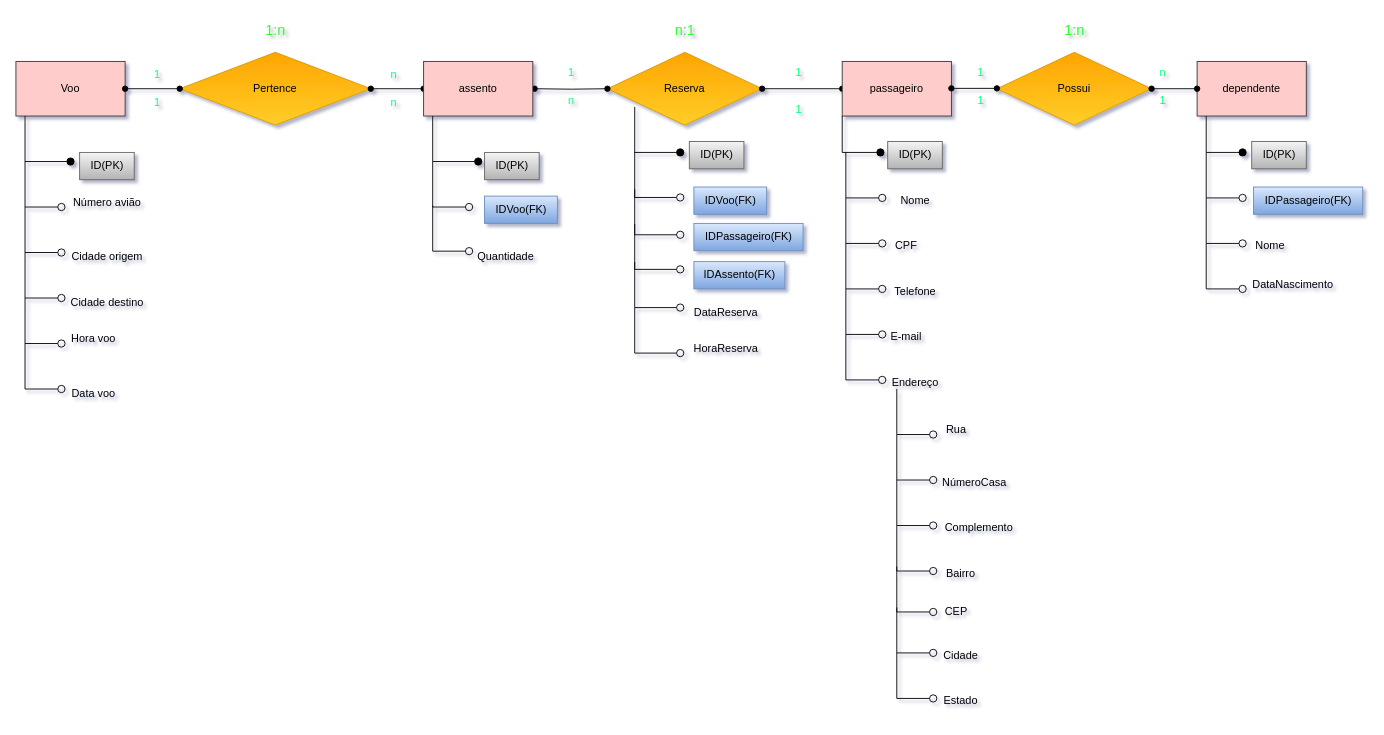
Earlier version of the draw.io diagram trabalhobancodedados.drawio (WillianMaba/trabalhobancodedados). Source tidied: cells renumbered, new cells numbered last; positions are measured from the earlier drawing's top-left corner, leaving out a move shared by most shapes. Both pictures are drawn from the tidied source at 91%, with x=0, y=0 at pixel (15, 15).
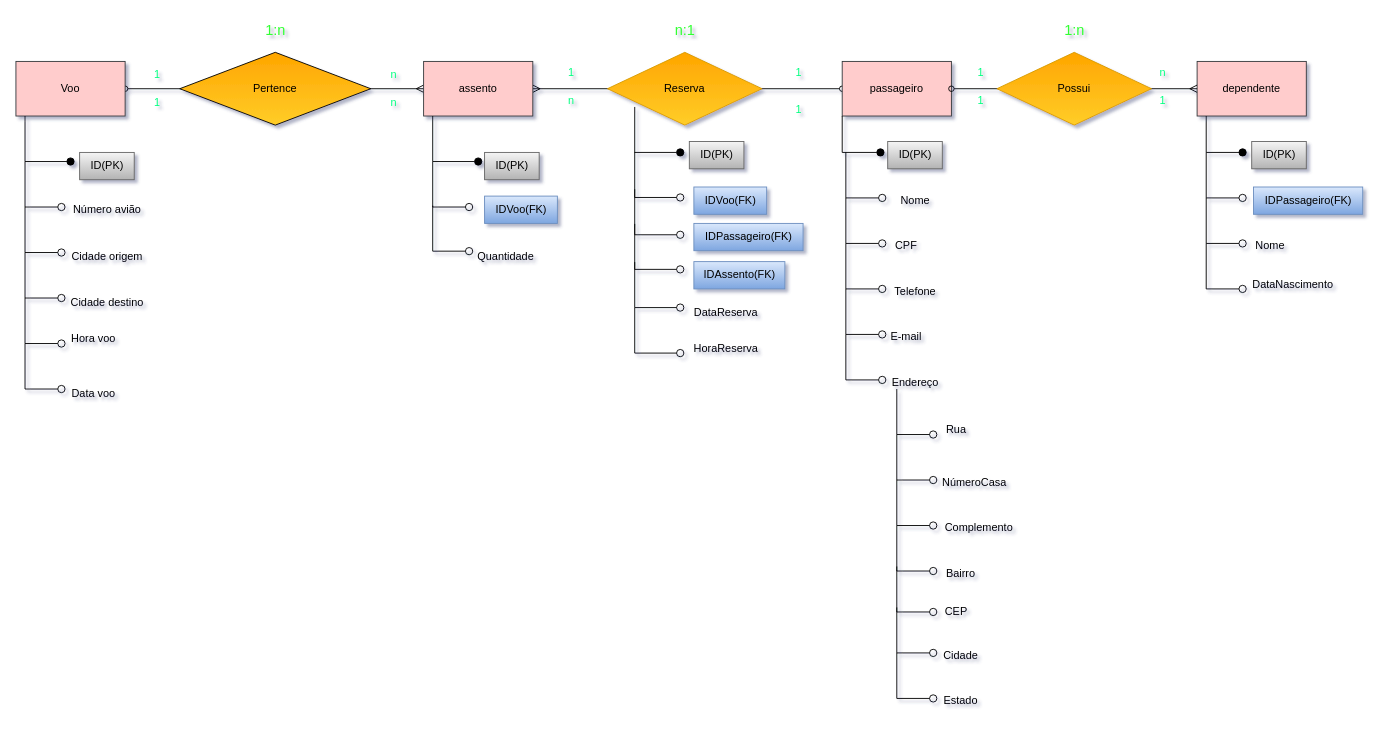
The same page after the edit.

The change refers to these unchanged cells:
```xml
<mxCell id="7" value="Voo" style="rounded=0;whiteSpace=wrap;html=1;fillColor=#ffcccc;strokeColor=#36393d;" parent="1" vertex="1">
  <mxGeometry y="50" width="120" height="60" as="geometry" />
</mxCell>
<mxCell id="22" value="assento" style="rounded=0;whiteSpace=wrap;html=1;fillColor=#ffcccc;strokeColor=#36393d;" parent="1" vertex="1">
  <mxGeometry x="448" y="50" width="120" height="60" as="geometry" />
</mxCell>
<mxCell id="27" value="passageiro" style="rounded=0;whiteSpace=wrap;html=1;fillColor=#ffcccc;strokeColor=#36393d;" parent="1" vertex="1">
  <mxGeometry x="908" y="50" width="120" height="60" as="geometry" />
</mxCell>
<mxCell id="56" value="dependente" style="rounded=0;whiteSpace=wrap;html=1;fillColor=#ffcccc;strokeColor=#36393d;" parent="1" vertex="1">
  <mxGeometry x="1298" y="50" width="120" height="60" as="geometry" />
</mxCell>
```

Change to the diagram source:
```diff
@@
-    <mxCell id="2" value="Pertence" style="rhombus;whiteSpace=wrap;html=1;direction=west;rounded=0;fillColor=#ffcd28;gradientColor=#ffa500;strokeColor=#d79b00;" parent="1" vertex="1">
-      <mxGeometry x="180" y="40" width="210" height="80" as="geometry" />
-    </mxCell>
-    <mxCell id="3" style="edgeStyle=orthogonalEdgeStyle;rounded=0;jettySize=auto;html=1;startArrow=oval;startFill=1;endArrow=oval;endFill=1;" parent="1" edge="1" source="2" target="22">
+    <mxCell id="3" style="edgeStyle=orthogonalEdgeStyle;rounded=0;jettySize=auto;html=1;startArrow=oval;startFill=0;endArrow=ERmany;endFill=0;exitX=1;exitY=0.5;exitDx=0;exitDy=0;" parent="1" edge="1" source="7" target="22">
       <mxGeometry relative="1" as="geometry" />
     </mxCell>
-    <mxCell id="4" value="Reserva" style="rhombus;whiteSpace=wrap;html=1;direction=west;rounded=0;fillColor=#ffcd28;gradientColor=#ffa500;strokeColor=#d79b00;" parent="1" vertex="1">
-      <mxGeometry x="650" y="40" width="170" height="80" as="geometry" />
-    </mxCell>
-    <mxCell id="5" style="edgeStyle=orthogonalEdgeStyle;rounded=0;jettySize=auto;html=1;startArrow=oval;startFill=1;endArrow=oval;endFill=1;exitX=0;exitY=0.5;exitDx=0;exitDy=0;entryX=0;entryY=0.5;entryDx=0;entryDy=0;" parent="1" edge="1" source="4" target="27">
+    <mxCell id="5" style="edgeStyle=orthogonalEdgeStyle;rounded=0;jettySize=auto;html=1;startArrow=ERmany;startFill=0;endArrow=oval;endFill=0;entryX=0;entryY=0.5;entryDx=0;entryDy=0;" parent="1" edge="1" source="22" target="27">
       <mxGeometry relative="1" as="geometry" />
     </mxCell>
-    <mxCell id="6" style="edgeStyle=orthogonalEdgeStyle;rounded=0;jettySize=auto;html=1;startArrow=oval;startFill=1;endArrow=oval;endFill=1;entryX=1;entryY=0.5;entryDx=0;entryDy=0;" parent="1" edge="1" target="4">
-      <mxGeometry relative="1" as="geometry">
-        <mxPoint x="570" y="80" as="sourcePoint" />
-      </mxGeometry>
-    </mxCell>
@@
-    <mxCell id="8" style="edgeStyle=orthogonalEdgeStyle;rounded=0;jettySize=auto;html=1;startArrow=oval;startFill=1;endArrow=oval;endFill=1;" parent="1" edge="1" source="7" target="2">
-      <mxGeometry relative="1" as="geometry" />
-    </mxCell>
@@
     <mxCell id="10" value="Número avião" style="text;html=1;align=center;verticalAlign=middle;strokeColor=none;fillColor=none;rounded=0;" parent="1" vertex="1">
-      <mxGeometry x="50" y="190" width="100" height="30" as="geometry" />
+      <mxGeometry x="50" y="198" width="100" height="30" as="geometry" />
     </mxCell>
@@
-    <mxCell id="54" value="Possui" style="rhombus;whiteSpace=wrap;html=1;direction=west;rounded=0;fillColor=#ffcd28;gradientColor=#ffa500;strokeColor=#d79b00;" parent="1" vertex="1">
-      <mxGeometry x="1078" y="40" width="170" height="80" as="geometry" />
-    </mxCell>
-    <mxCell id="55" style="edgeStyle=orthogonalEdgeStyle;rounded=0;orthogonalLoop=1;jettySize=auto;html=1;startArrow=oval;startFill=1;endArrow=oval;endFill=1;entryX=0;entryY=0.5;entryDx=0;entryDy=0;" parent="1" edge="1">
-      <mxGeometry relative="1" as="geometry">
-        <mxPoint x="1028" y="79.6" as="sourcePoint" />
-        <mxPoint x="1078" y="79.6" as="targetPoint" />
-      </mxGeometry>
-    </mxCell>
@@
-    <mxCell id="57" style="edgeStyle=orthogonalEdgeStyle;rounded=0;jettySize=auto;html=1;startArrow=oval;startFill=1;endArrow=oval;endFill=1;entryX=0;entryY=0.5;entryDx=0;entryDy=0;" parent="1" edge="1" source="54" target="56">
+    <mxCell id="57" style="edgeStyle=orthogonalEdgeStyle;rounded=0;jettySize=auto;html=1;startArrow=oval;startFill=0;endArrow=ERmany;endFill=0;entryX=0;entryY=0.5;entryDx=0;entryDy=0;exitX=1;exitY=0.5;exitDx=0;exitDy=0;" parent="1" edge="1" source="27" target="56">
       <mxGeometry relative="1" as="geometry" />
     </mxCell>
@@
+    <mxCell id="2" value="Pertence" style="rhombus;whiteSpace=wrap;html=1;direction=west;rounded=0;fillColor=#ffcd28;gradientColor=#ffa500;strokeColor=default;labelBackgroundColor=none;labelBorderColor=none;fontColor=default;" parent="1" vertex="1">
+      <mxGeometry x="180" y="40" width="210" height="80" as="geometry" />
+    </mxCell>
+    <mxCell id="4" value="Reserva" style="rhombus;whiteSpace=wrap;html=1;direction=west;rounded=0;fillColor=#ffcd28;gradientColor=#ffa500;strokeColor=#d79b00;" parent="1" vertex="1">
+      <mxGeometry x="650" y="40" width="170" height="80" as="geometry" />
+    </mxCell>
+    <mxCell id="54" value="Possui" style="rhombus;whiteSpace=wrap;html=1;direction=west;rounded=0;fillColor=#ffcd28;gradientColor=#ffa500;strokeColor=#d79b00;" parent="1" vertex="1">
+      <mxGeometry x="1078" y="40" width="170" height="80" as="geometry" />
+    </mxCell>
```
